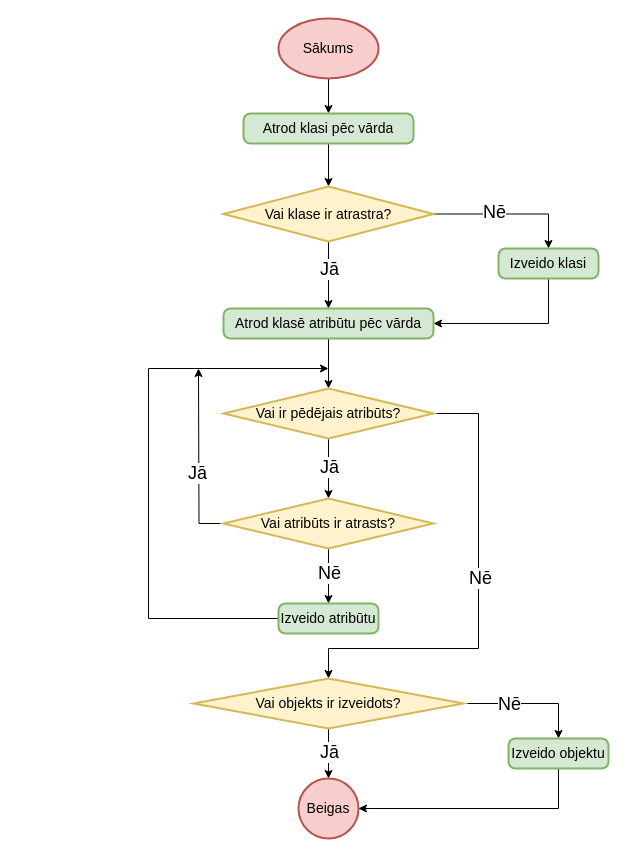
This is page "Klases Pārbaude" (2 of 6) of src/Qualification project/Documentation/Diagrammas/Ģenerētais kods.drawio from artiks12/webAppOS, a draw.io file, before an edit. Source tidied: cells renumbered, new cells numbered last; positions are measured from the earlier drawing's top-left corner, leaving out a move shared by most shapes. Both pictures are drawn from the tidied source at 100%, with x=0, y=0 at pixel (148, 18).
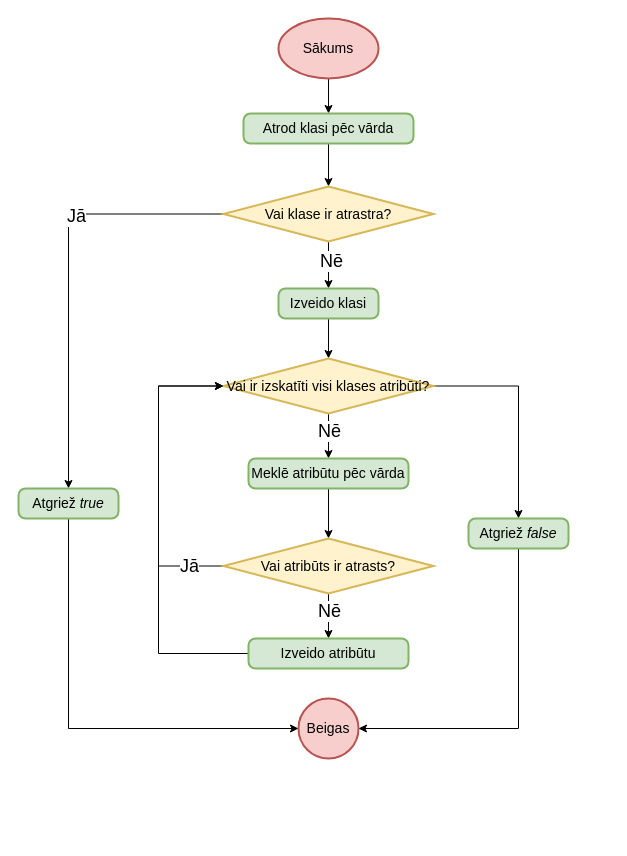
Above is the later version.

The change refers to these unchanged cells:
```xml
<mxCell id="10" value="Vai klase ir atrastra?" style="strokeWidth=2;html=1;shape=mxgraph.flowchart.decision;whiteSpace=wrap;fontSize=14;fillColor=#fff2cc;strokeColor=#d6b656;" parent="1" vertex="1">
  <mxGeometry x="75" y="168" width="210" height="55" as="geometry" />
</mxCell>
```

Change to the diagram source:
```diff
@@
-    <mxCell id="6" style="edgeStyle=orthogonalEdgeStyle;rounded=0;jettySize=auto;html=1;entryX=0.5;entryY=0;entryDx=0;entryDy=0;" parent="1" edge="1" source="10" target="14">
-      <mxGeometry relative="1" as="geometry" />
+    <mxCell id="6" style="edgeStyle=orthogonalEdgeStyle;rounded=0;jettySize=auto;html=1;entryX=0.5;entryY=0;entryDx=0;entryDy=0;exitX=0;exitY=0.5;exitDx=0;exitDy=0;exitPerimeter=0;" parent="1" edge="1" source="10" target="46">
+      <mxGeometry relative="1" as="geometry">
+        <Array as="points">
+          <mxPoint x="-80" y="196" />
+        </Array>
+      </mxGeometry>
     </mxCell>
@@
-    <mxCell id="11" style="edgeStyle=orthogonalEdgeStyle;rounded=0;jettySize=auto;html=1;entryX=1;entryY=0.5;entryDx=0;entryDy=0;fontSize=18;exitX=0.5;exitY=1;exitDx=0;exitDy=0;" parent="1" edge="1" source="12" target="14">
+    <mxCell id="11" style="edgeStyle=orthogonalEdgeStyle;rounded=0;jettySize=auto;html=1;entryX=0.5;entryY=0;entryDx=0;entryDy=0;fontSize=18;exitX=0.5;exitY=1;exitDx=0;exitDy=0;entryPerimeter=0;" parent="1" edge="1" source="12" target="38">
       <mxGeometry relative="1" as="geometry" />
     </mxCell>
     <mxCell id="12" value="Izveido klasi" style="rounded=1;whiteSpace=wrap;html=1;absoluteArcSize=1;arcSize=14;strokeWidth=2;fontSize=14;fillColor=#d5e8d4;strokeColor=#82b366;" parent="1" vertex="1">
-      <mxGeometry x="350" y="230" width="100" height="30" as="geometry" />
+      <mxGeometry x="130" y="270" width="100" height="30" as="geometry" />
     </mxCell>
-    <mxCell id="13" style="edgeStyle=orthogonalEdgeStyle;rounded=0;jettySize=auto;html=1;entryX=0.5;entryY=0;entryDx=0;entryDy=0;entryPerimeter=0;" parent="1" edge="1" source="14" target="18">
-      <mxGeometry relative="1" as="geometry" />
-    </mxCell>
-    <mxCell id="14" value="Atrod klasē atribūtu pēc vārda" style="rounded=1;whiteSpace=wrap;html=1;absoluteArcSize=1;arcSize=14;strokeWidth=2;fontSize=14;fillColor=#d5e8d4;strokeColor=#82b366;" parent="1" vertex="1">
-      <mxGeometry x="75" y="290" width="210" height="30" as="geometry" />
-    </mxCell>
-    <mxCell id="15" style="edgeStyle=orthogonalEdgeStyle;rounded=0;jettySize=auto;html=1;entryX=0.5;entryY=0;entryDx=0;entryDy=0;entryPerimeter=0;" parent="1" edge="1" source="18" target="24">
-      <mxGeometry relative="1" as="geometry" />
-    </mxCell>
-    <mxCell id="16" style="edgeStyle=orthogonalEdgeStyle;rounded=0;jettySize=auto;html=1;exitX=1;exitY=0.5;exitDx=0;exitDy=0;exitPerimeter=0;entryX=0.5;entryY=0;entryDx=0;entryDy=0;entryPerimeter=0;" parent="1" edge="1" source="18" target="28">
-      <mxGeometry relative="1" as="geometry">
-        <Array as="points">
-          <mxPoint x="330" y="395" />
-          <mxPoint x="330" y="630" />
-          <mxPoint x="180" y="630" />
-        </Array>
-      </mxGeometry>
-    </mxCell>
-    <mxCell id="17" value="&lt;font style=&quot;font-size: 18px&quot;&gt;Nē&lt;/font&gt;" style="edgeLabel;html=1;align=center;verticalAlign=middle;" parent="16" vertex="1">
-      <mxGeometry x="-0.09" y="1" relative="1" as="geometry" />
-    </mxCell>
-    <mxCell id="18" value="Vai ir pēdējais atribūts?" style="strokeWidth=2;html=1;shape=mxgraph.flowchart.decision;whiteSpace=wrap;fontSize=14;fillColor=#fff2cc;strokeColor=#d6b656;" parent="1" vertex="1">
-      <mxGeometry x="75" y="370" width="210" height="50" as="geometry" />
-    </mxCell>
-    <mxCell id="19" style="edgeStyle=orthogonalEdgeStyle;rounded=0;jettySize=auto;html=1;exitX=0;exitY=0.5;exitDx=0;exitDy=0;" parent="1" edge="1" source="34">
-      <mxGeometry relative="1" as="geometry">
-        <mxPoint x="180" y="350" as="targetPoint" />
-        <Array as="points">
-          <mxPoint y="600" />
-          <mxPoint y="350" />
-        </Array>
-      </mxGeometry>
-    </mxCell>
+    <mxCell id="29" value="Beigas" style="strokeWidth=2;html=1;shape=mxgraph.flowchart.start_2;whiteSpace=wrap;fontSize=14;fillColor=#f8cecc;strokeColor=#b85450;" parent="1" vertex="1">
+      <mxGeometry x="150" y="680" width="60" height="60" as="geometry" />
+    </mxCell>
+    <mxCell id="35" style="edgeStyle=orthogonalEdgeStyle;rounded=0;jettySize=auto;html=1;entryX=0.5;entryY=0;entryDx=0;entryDy=0;" parent="1" edge="1" source="38" target="40">
+      <mxGeometry relative="1" as="geometry" />
+    </mxCell>
+    <mxCell id="36" value="Nē" style="edgeLabel;html=1;align=center;verticalAlign=middle;fontSize=18;" parent="35" vertex="1">
+      <mxGeometry x="-0.36" y="1" relative="1" as="geometry">
+        <mxPoint x="-1" y="3" as="offset" />
+      </mxGeometry>
+    </mxCell>
+    <mxCell id="37" style="edgeStyle=orthogonalEdgeStyle;rounded=0;jettySize=auto;html=1;entryX=0.5;entryY=0;entryDx=0;entryDy=0;" parent="1" edge="1" source="38" target="48">
+      <mxGeometry relative="1" as="geometry">
+        <Array as="points">
+          <mxPoint x="370" y="368" />
+        </Array>
+      </mxGeometry>
+    </mxCell>
+    <mxCell id="38" value="Vai ir izskatīti visi klases atribūti?" style="strokeWidth=2;html=1;shape=mxgraph.flowchart.decision;whiteSpace=wrap;fontSize=14;fillColor=#fff2cc;strokeColor=#d6b656;" parent="1" vertex="1">
+      <mxGeometry x="75" y="340" width="210" height="55" as="geometry" />
+    </mxCell>
+    <mxCell id="39" style="edgeStyle=orthogonalEdgeStyle;rounded=0;jettySize=auto;html=1;entryX=0.5;entryY=0;entryDx=0;entryDy=0;entryPerimeter=0;" parent="1" edge="1" source="40" target="24">
+      <mxGeometry relative="1" as="geometry" />
+    </mxCell>
+    <mxCell id="40" value="Meklē atribūtu pēc vārda" style="rounded=1;whiteSpace=wrap;html=1;absoluteArcSize=1;arcSize=14;strokeWidth=2;fontSize=14;fillColor=#d5e8d4;strokeColor=#82b366;" parent="1" vertex="1">
+      <mxGeometry x="100" y="440" width="160" height="30" as="geometry" />
+    </mxCell>
+    <mxCell id="41" style="edgeStyle=orthogonalEdgeStyle;rounded=0;jettySize=auto;html=1;entryX=0;entryY=0.5;entryDx=0;entryDy=0;entryPerimeter=0;" parent="1" edge="1" source="24" target="38">
+      <mxGeometry relative="1" as="geometry">
+        <Array as="points">
+          <mxPoint x="10" y="548" />
+          <mxPoint x="10" y="368" />
+        </Array>
+      </mxGeometry>
+    </mxCell>
+    <mxCell id="42" value="&lt;font style=&quot;font-size: 18px&quot;&gt;Jā&lt;/font&gt;" style="edgeLabel;html=1;align=center;verticalAlign=middle;" parent="41" vertex="1">
+      <mxGeometry x="-0.69" y="4" relative="1" as="geometry">
+        <mxPoint x="13" y="-4" as="offset" />
+      </mxGeometry>
+    </mxCell>
-    <mxCell id="20" style="edgeStyle=orthogonalEdgeStyle;rounded=0;jettySize=auto;html=1;entryX=0.5;entryY=0;entryDx=0;entryDy=0;" parent="1" edge="1" source="24" target="34">
-      <mxGeometry relative="1" as="geometry" />
+    <mxCell id="20" style="edgeStyle=orthogonalEdgeStyle;rounded=0;jettySize=auto;html=1;fontSize=18;" parent="1" edge="1" source="24" target="34">
+      <mxGeometry relative="1" as="geometry">
+        <Array as="points">
+          <mxPoint x="180" y="600" />
+          <mxPoint x="180" y="600" />
+        </Array>
+      </mxGeometry>
     </mxCell>
-    <mxCell id="21" value="Nē" style="edgeLabel;html=1;align=center;verticalAlign=middle;fontSize=18;" parent="20" vertex="1">
-      <mxGeometry x="0.17" y="1" relative="1" as="geometry">
-        <mxPoint x="-1" y="-8" as="offset" />
-      </mxGeometry>
-    </mxCell>
-    <mxCell id="22" style="edgeStyle=orthogonalEdgeStyle;rounded=0;jettySize=auto;html=1;fontSize=18;" parent="1" edge="1" source="24">
-      <mxGeometry relative="1" as="geometry">
-        <mxPoint x="50" y="350" as="targetPoint" />
-      </mxGeometry>
-    </mxCell>
-    <mxCell id="23" value="Jā" style="edgeLabel;html=1;align=center;verticalAlign=middle;fontSize=18;" parent="22" vertex="1">
-      <mxGeometry x="-0.16" y="3" relative="1" as="geometry">
-        <mxPoint x="1" as="offset" />
-      </mxGeometry>
-    </mxCell>
+    <mxCell id="43" value="Nē" style="edgeLabel;html=1;align=center;verticalAlign=middle;fontSize=18;" parent="20" vertex="1">
+      <mxGeometry x="-0.23" relative="1" as="geometry" />
+    </mxCell>
     <mxCell id="24" value="Vai atribūts ir atrasts?" style="strokeWidth=2;html=1;shape=mxgraph.flowchart.decision;whiteSpace=wrap;fontSize=14;fillColor=#fff2cc;strokeColor=#d6b656;" parent="1" vertex="1">
-      <mxGeometry x="75" y="480" width="210" height="50" as="geometry" />
+      <mxGeometry x="75" y="520" width="210" height="55" as="geometry" />
     </mxCell>
-    <mxCell id="25" value="&lt;font style=&quot;font-size: 18px&quot;&gt;Jā&lt;/font&gt;" style="edgeLabel;html=1;align=center;verticalAlign=middle;" parent="1" vertex="1">
-      <mxGeometry x="175" y="445" as="geometry">
-        <mxPoint x="5" y="3" as="offset" />
-      </mxGeometry>
-    </mxCell>
-    <mxCell id="26" style="edgeStyle=orthogonalEdgeStyle;rounded=0;jettySize=auto;html=1;" parent="1" edge="1" source="28" target="29">
-      <mxGeometry relative="1" as="geometry" />
-    </mxCell>
-    <mxCell id="27" style="edgeStyle=orthogonalEdgeStyle;rounded=0;jettySize=auto;html=1;entryX=0.5;entryY=0;entryDx=0;entryDy=0;" parent="1" edge="1" source="28" target="32">
-      <mxGeometry relative="1" as="geometry" />
-    </mxCell>
-    <mxCell id="28" value="Vai objekts ir izveidots?" style="strokeWidth=2;html=1;shape=mxgraph.flowchart.decision;whiteSpace=wrap;fontSize=14;fillColor=#fff2cc;strokeColor=#d6b656;" parent="1" vertex="1">
-      <mxGeometry x="45" y="660" width="270" height="50" as="geometry" />
-    </mxCell>
-    <mxCell id="29" value="Beigas" style="strokeWidth=2;html=1;shape=mxgraph.flowchart.start_2;whiteSpace=wrap;fontSize=14;fillColor=#f8cecc;strokeColor=#b85450;" parent="1" vertex="1">
-      <mxGeometry x="150" y="760" width="60" height="60" as="geometry" />
-    </mxCell>
-    <mxCell id="30" value="&lt;font style=&quot;font-size: 18px&quot;&gt;Jā&lt;/font&gt;" style="edgeLabel;html=1;align=center;verticalAlign=middle;" parent="1" vertex="1">
-      <mxGeometry x="175" y="730" as="geometry">
-        <mxPoint x="5" y="3" as="offset" />
-      </mxGeometry>
-    </mxCell>
-    <mxCell id="31" style="edgeStyle=orthogonalEdgeStyle;rounded=0;jettySize=auto;html=1;exitX=0.5;exitY=1;exitDx=0;exitDy=0;entryX=1;entryY=0.5;entryDx=0;entryDy=0;entryPerimeter=0;" parent="1" edge="1" source="32" target="29">
-      <mxGeometry relative="1" as="geometry" />
-    </mxCell>
-    <mxCell id="32" value="Izveido objektu" style="rounded=1;whiteSpace=wrap;html=1;absoluteArcSize=1;arcSize=14;strokeWidth=2;fontSize=14;fillColor=#d5e8d4;strokeColor=#82b366;" parent="1" vertex="1">
-      <mxGeometry x="360" y="720" width="100" height="30" as="geometry" />
-    </mxCell>
-    <mxCell id="33" value="&lt;font style=&quot;font-size: 18px&quot;&gt;Nē&lt;/font&gt;" style="edgeLabel;html=1;align=center;verticalAlign=middle;" parent="1" vertex="1">
-      <mxGeometry x="360" y="685" as="geometry" />
-    </mxCell>
+    <mxCell id="44" style="edgeStyle=orthogonalEdgeStyle;rounded=0;jettySize=auto;html=1;entryX=0;entryY=0.5;entryDx=0;entryDy=0;entryPerimeter=0;fontSize=18;" parent="1" edge="1" source="34" target="38">
+      <mxGeometry relative="1" as="geometry">
+        <Array as="points">
+          <mxPoint x="10" y="635" />
+          <mxPoint x="10" y="368" />
+        </Array>
+      </mxGeometry>
+    </mxCell>
     <mxCell id="34" value="Izveido atribūtu" style="rounded=1;whiteSpace=wrap;html=1;absoluteArcSize=1;arcSize=14;strokeWidth=2;fontSize=14;fillColor=#d5e8d4;strokeColor=#82b366;" parent="1" vertex="1">
-      <mxGeometry x="130" y="585" width="100" height="30" as="geometry" />
+      <mxGeometry x="100" y="620" width="160" height="30" as="geometry" />
     </mxCell>
+    <mxCell id="45" style="edgeStyle=orthogonalEdgeStyle;rounded=0;jettySize=auto;html=1;entryX=0;entryY=0.5;entryDx=0;entryDy=0;entryPerimeter=0;fontSize=18;" parent="1" edge="1" source="46" target="29">
+      <mxGeometry relative="1" as="geometry">
+        <Array as="points">
+          <mxPoint x="-80" y="710" />
+        </Array>
+      </mxGeometry>
+    </mxCell>
+    <mxCell id="46" value="Atgriež &lt;i&gt;true&lt;/i&gt;" style="rounded=1;whiteSpace=wrap;html=1;absoluteArcSize=1;arcSize=14;strokeWidth=2;fontSize=14;fillColor=#d5e8d4;strokeColor=#82b366;" parent="1" vertex="1">
+      <mxGeometry x="-130" y="470" width="100" height="30" as="geometry" />
+    </mxCell>
+    <mxCell id="47" style="edgeStyle=orthogonalEdgeStyle;rounded=0;jettySize=auto;html=1;entryX=1;entryY=0.5;entryDx=0;entryDy=0;entryPerimeter=0;fontSize=18;" parent="1" edge="1" source="48" target="29">
+      <mxGeometry relative="1" as="geometry">
+        <Array as="points">
+          <mxPoint x="370" y="710" />
+        </Array>
+      </mxGeometry>
+    </mxCell>
+    <mxCell id="48" value="Atgriež &lt;i&gt;false&lt;/i&gt;" style="rounded=1;whiteSpace=wrap;html=1;absoluteArcSize=1;arcSize=14;strokeWidth=2;fontSize=14;fillColor=#d5e8d4;strokeColor=#82b366;" parent="1" vertex="1">
+      <mxGeometry x="320" y="500" width="100" height="30" as="geometry" />
+    </mxCell>
```
